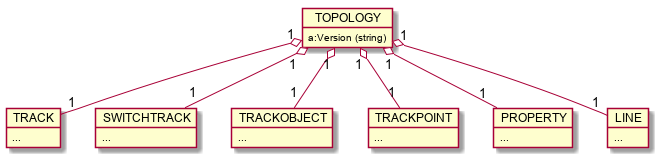
This is images/generated/rcmdx_topology_group.png from OpenRailAssociation/rcm-dx, a PlantUML export, as it was before one commit.
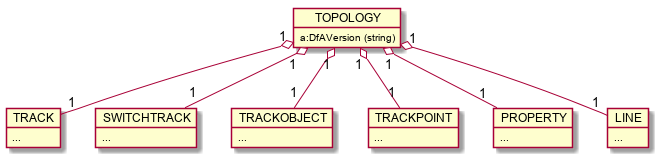
The same file after the commit.

What changed in the source:
```diff
@@ -1,6 +1,6 @@
 @startuml rcmdx_topology_group
   object TOPOLOGY {
-    a:Version (string)
+    a:DfAVersion (string)
   }
 
   object TRACK {
```
